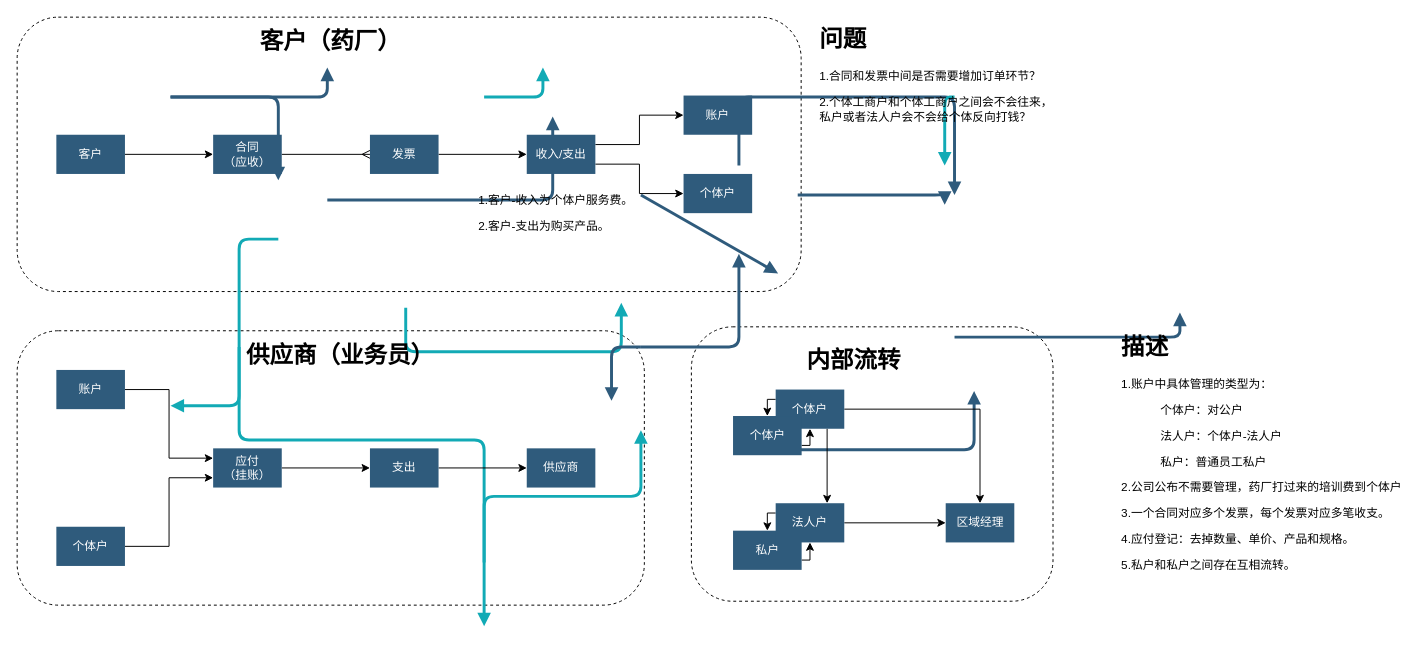
Above: 台账系统.drawio in xiaoming728/draw (draw.io), before the change. Source tidied: cells renumbered, new cells numbered last; positions are measured from the earlier drawing's top-left corner, leaving out a move shared by most shapes. Both pictures are drawn from the tidied source at 98%, with x=0, y=0 at pixel (17, 17).
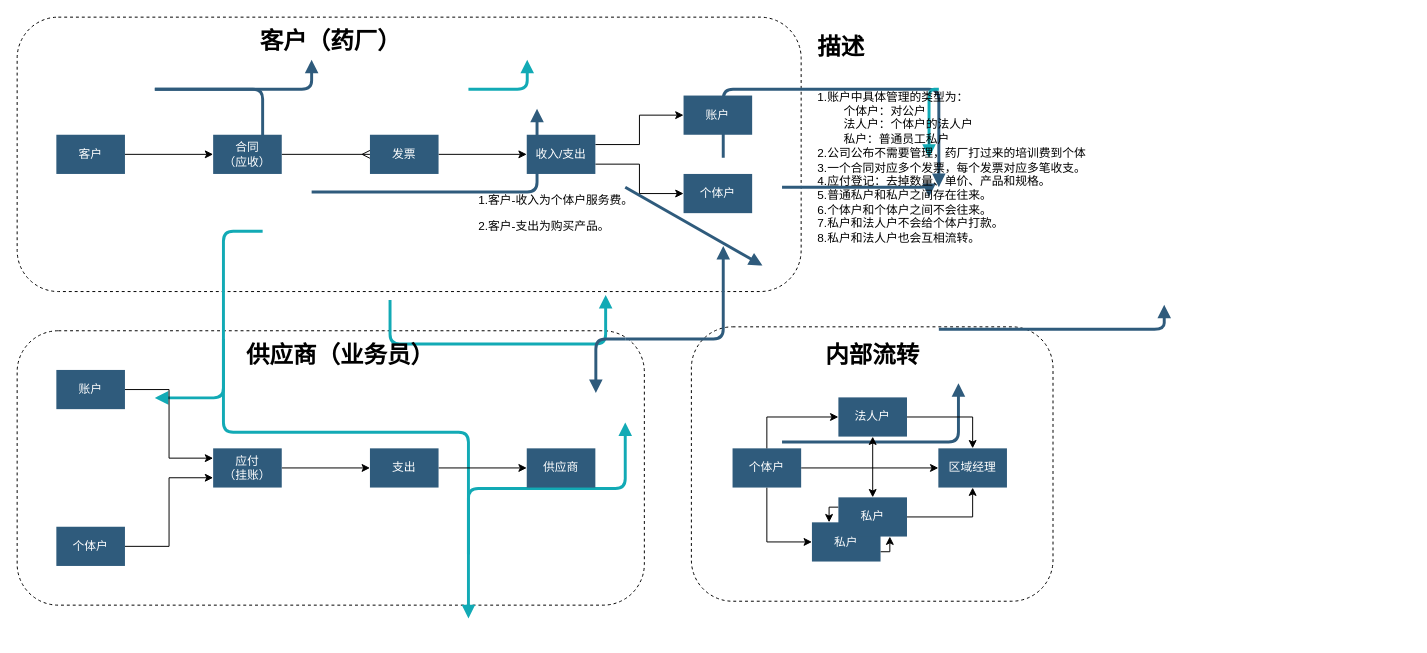
Above is the later version.

Commit message:
更新台账系统.drawio

The edit, as a diff of the source:
```diff
@@
     <mxCell id="5" style="edgeStyle=segmentEdgeStyle;strokeColor=#2F5B7C;strokeWidth=3;html=1;endArrow=block;endFill=1;" parent="1" edge="1">
       <mxGeometry x="164.5" y="178.5" as="geometry">
-        <mxPoint x="156.5" y="81.5" as="sourcePoint" />
-        <mxPoint x="316.5" y="51.5" as="targetPoint" />
+        <mxPoint x="140.5" y="73.5" as="sourcePoint" />
+        <mxPoint x="300.5" y="43.5" as="targetPoint" />
       </mxGeometry>
     </mxCell>
     <mxCell id="6" style="edgeStyle=segmentEdgeStyle;strokeColor=#12AAB5;strokeWidth=3;html=1;endArrow=block;endFill=1;" parent="1" edge="1">
       <mxGeometry x="164.5" y="433.5" as="geometry">
-        <mxPoint x="266.5" y="226.5" as="sourcePoint" />
-        <mxPoint x="156.5" y="396.5" as="targetPoint" />
+        <mxPoint x="250.5" y="218.5" as="sourcePoint" />
+        <mxPoint x="140.5" y="388.5" as="targetPoint" />
         <Array as="points">
-          <mxPoint x="226.5" y="396.5" />
+          <mxPoint x="210.5" y="388.5" />
         </Array>
       </mxGeometry>
     </mxCell>
     <mxCell id="7" style="edgeStyle=segmentEdgeStyle;strokeColor=#2F5B7C;strokeWidth=3;html=1;endArrow=block;endFill=1;" parent="1" edge="1">
       <mxGeometry x="164.5" y="178.5" as="geometry">
-        <mxPoint x="156.5" y="81.5" as="sourcePoint" />
-        <mxPoint x="266.5" y="166.5" as="targetPoint" />
+        <mxPoint x="140.5" y="73.5" as="sourcePoint" />
+        <mxPoint x="250.5" y="158.5" as="targetPoint" />
       </mxGeometry>
     </mxCell>
     <mxCell id="8" style="edgeStyle=segmentEdgeStyle;strokeColor=#12AAB5;strokeWidth=3;html=1;endArrow=block;endFill=1;" parent="1" edge="1">
       <mxGeometry x="234.5" y="433.5" as="geometry">
-        <mxPoint x="226.5" y="336.5" as="sourcePoint" />
-        <mxPoint x="476.5" y="621.5" as="targetPoint" />
+        <mxPoint x="210.5" y="328.5" as="sourcePoint" />
+        <mxPoint x="460.5" y="613.5" as="targetPoint" />
         <Array as="points">
-          <mxPoint x="226.5" y="431.5" />
+          <mxPoint x="210.5" y="423.5" />
         </Array>
       </mxGeometry>
     </mxCell>
     <mxCell id="9" style="edgeStyle=elbowEdgeStyle;elbow=vertical;strokeColor=#12AAB5;strokeWidth=3;html=1;endArrow=block;endFill=1;" parent="1" edge="1">
       <mxGeometry x="484.5" y="623.5" as="geometry">
-        <mxPoint x="476.5" y="556.4" as="sourcePoint" />
-        <mxPoint x="636.5" y="421.5" as="targetPoint" />
+        <mxPoint x="460.5" y="548.4" as="sourcePoint" />
+        <mxPoint x="620.5" y="413.5" as="targetPoint" />
       </mxGeometry>
     </mxCell>
     <mxCell id="10" style="edgeStyle=segmentEdgeStyle;strokeColor=#2F5B7C;strokeWidth=3;html=1;endArrow=block;endFill=1;" parent="1" edge="1">
       <mxGeometry x="324.5" y="283.5" as="geometry">
-        <mxPoint x="316.5" y="186.5" as="sourcePoint" />
-        <mxPoint x="546.5" y="101.5" as="targetPoint" />
+        <mxPoint x="300.5" y="178.5" as="sourcePoint" />
+        <mxPoint x="530.5" y="93.5" as="targetPoint" />
       </mxGeometry>
     </mxCell>
     <mxCell id="11" style="edgeStyle=segmentEdgeStyle;strokeColor=#12AAB5;strokeWidth=3;html=1;endArrow=block;endFill=1;" parent="1" edge="1">
       <mxGeometry x="484.5" y="178.5" as="geometry">
-        <mxPoint x="476.5" y="81.5" as="sourcePoint" />
-        <mxPoint x="536.5" y="51.5" as="targetPoint" />
+        <mxPoint x="460.5" y="73.5" as="sourcePoint" />
+        <mxPoint x="520.5" y="43.5" as="targetPoint" />
       </mxGeometry>
     </mxCell>
     <mxCell id="12" style="edgeStyle=none;strokeColor=#2F5B7C;strokeWidth=3;html=1;endArrow=block;endFill=1;" parent="1" edge="1">
       <mxGeometry x="644.5" y="278.5" as="geometry">
-        <mxPoint x="636.5" y="181.5" as="sourcePoint" />
-        <mxPoint x="776.5" y="261.5" as="targetPoint" />
+        <mxPoint x="620.5" y="173.5" as="sourcePoint" />
+        <mxPoint x="760.5" y="253.5" as="targetPoint" />
       </mxGeometry>
     </mxCell>
     <mxCell id="13" style="edgeStyle=segmentEdgeStyle;strokeColor=#12AAB5;strokeWidth=3;html=1;endArrow=block;endFill=1;" parent="1" edge="1">
       <mxGeometry x="404.5" y="393.5" as="geometry">
-        <mxPoint x="396.5" y="296.5" as="sourcePoint" />
-        <mxPoint x="616.5" y="291.5" as="targetPoint" />
+        <mxPoint x="380.5" y="288.5" as="sourcePoint" />
+        <mxPoint x="600.5" y="283.5" as="targetPoint" />
         <Array as="points">
-          <mxPoint x="396.5" y="341.5" />
+          <mxPoint x="380.5" y="333.5" />
         </Array>
       </mxGeometry>
     </mxCell>
     <mxCell id="14" style="edgeStyle=segmentEdgeStyle;strokeColor=#2F5B7C;strokeWidth=3;html=1;endArrow=block;endFill=1;" parent="1" edge="1">
       <mxGeometry x="644.5" y="308.5" as="geometry">
-        <mxPoint x="636.5" y="336.5" as="sourcePoint" />
-        <mxPoint x="736.5" y="241.5" as="targetPoint" />
+        <mxPoint x="620.5" y="328.5" as="sourcePoint" />
+        <mxPoint x="720.5" y="233.5" as="targetPoint" />
       </mxGeometry>
     </mxCell>
     <mxCell id="15" style="edgeStyle=segmentEdgeStyle;strokeColor=#2F5B7C;strokeWidth=3;html=1;endArrow=block;endFill=1;" parent="1" edge="1">
       <mxGeometry x="644.5" y="433.5" as="geometry">
-        <mxPoint x="636.5" y="336.5" as="sourcePoint" />
-        <mxPoint x="606.5" y="391.5" as="targetPoint" />
+        <mxPoint x="620.5" y="328.5" as="sourcePoint" />
+        <mxPoint x="590.5" y="383.5" as="targetPoint" />
       </mxGeometry>
     </mxCell>
     <mxCell id="16" style="edgeStyle=segmentEdgeStyle;strokeColor=#2F5B7C;strokeWidth=3;html=1;endArrow=block;endFill=1;" parent="1" edge="1">
       <mxGeometry x="744.5" y="178.5" as="geometry">
-        <mxPoint x="736.5" y="151.5" as="sourcePoint" />
-        <mxPoint x="956.5" y="181.5" as="targetPoint" />
+        <mxPoint x="720.5" y="143.5" as="sourcePoint" />
+        <mxPoint x="940.5" y="173.5" as="targetPoint" />
         <Array as="points">
-          <mxPoint x="736.5" y="81.5" />
+          <mxPoint x="720.5" y="73.5" />
         </Array>
       </mxGeometry>
     </mxCell>
     <mxCell id="17" style="edgeStyle=segmentEdgeStyle;strokeColor=#2F5B7C;strokeWidth=3;html=1;endArrow=block;endFill=1;" parent="1" edge="1">
       <mxGeometry x="804.5" y="278.5" as="geometry">
-        <mxPoint x="796.5" y="181.5" as="sourcePoint" />
-        <mxPoint x="946.5" y="191.5" as="targetPoint" />
+        <mxPoint x="780.5" y="173.5" as="sourcePoint" />
+        <mxPoint x="930.5" y="183.5" as="targetPoint" />
       </mxGeometry>
     </mxCell>
     <mxCell id="18" style="edgeStyle=segmentEdgeStyle;strokeColor=#2F5B7C;strokeWidth=3;html=1;endArrow=block;endFill=1;" parent="1" edge="1">
       <mxGeometry x="804.5" y="538.5" as="geometry">
-        <mxPoint x="796.5" y="441.5" as="sourcePoint" />
-        <mxPoint x="976.5" y="381.5" as="targetPoint" />
+        <mxPoint x="780.5" y="433.5" as="sourcePoint" />
+        <mxPoint x="960.5" y="373.5" as="targetPoint" />
       </mxGeometry>
     </mxCell>
     <mxCell id="19" style="edgeStyle=segmentEdgeStyle;strokeColor=#2F5B7C;strokeWidth=3;html=1;endArrow=block;endFill=1;" parent="1" edge="1">
       <mxGeometry x="964.5" y="423.5" as="geometry">
-        <mxPoint x="956.5" y="326.5" as="sourcePoint" />
-        <mxPoint x="1186.5" y="301.5" as="targetPoint" />
+        <mxPoint x="940.5" y="318.5" as="sourcePoint" />
+        <mxPoint x="1170.5" y="293.5" as="targetPoint" />
       </mxGeometry>
     </mxCell>
     <mxCell id="20" style="edgeStyle=segmentEdgeStyle;strokeColor=#12AAB5;strokeWidth=3;html=1;endArrow=block;endFill=1;" parent="1" edge="1">
       <mxGeometry x="964.5" y="178.5" as="geometry">
-        <mxPoint x="956.5" y="81.5" as="sourcePoint" />
-        <mxPoint x="946.5" y="151.5" as="targetPoint" />
+        <mxPoint x="940.5" y="73.5" as="sourcePoint" />
+        <mxPoint x="930.5" y="143.5" as="targetPoint" />
       </mxGeometry>
     </mxCell>
@@
-    <mxCell id="44" value="&lt;h1 style=&quot;margin-top: 0px;&quot;&gt;问题&lt;/h1&gt;&lt;p&gt;1.合同和发票中间是否需要增加订单环节？&lt;/p&gt;&lt;p&gt;2.个体工商户和个体工商户之间会不会往来，私户或者法人户会不会给个体反向打钱？&lt;/p&gt;" style="text;html=1;whiteSpace=wrap;overflow=hidden;rounded=0;" parent="1" vertex="1">
-      <mxGeometry x="817" y="2" width="245" height="280" as="geometry" />
-    </mxCell>
     <mxCell id="45" value="内部流转" style="text;html=1;align=center;verticalAlign=middle;whiteSpace=wrap;rounded=0;fontStyle=1;fontSize=24;" parent="1" vertex="1">
-      <mxGeometry x="733.5" y="336" width="240" height="30" as="geometry" />
+      <mxGeometry x="752.5" y="330" width="240" height="30" as="geometry" />
     </mxCell>
-    <mxCell id="46" style="edgeStyle=orthogonalEdgeStyle;rounded=0;jettySize=auto;html=1;exitX=1;exitY=0.5;exitDx=0;exitDy=0;entryX=0.5;entryY=0;entryDx=0;entryDy=0;" parent="1" edge="1" source="49" target="55">
+    <mxCell id="46" style="edgeStyle=orthogonalEdgeStyle;rounded=0;jettySize=auto;html=1;exitX=1;exitY=0.5;exitDx=0;exitDy=0;entryX=0.5;entryY=0;entryDx=0;entryDy=0;" parent="1" edge="1" source="63" target="55">
       <mxGeometry relative="1" as="geometry" />
     </mxCell>
-    <mxCell id="47" style="edgeStyle=orthogonalEdgeStyle;rounded=0;jettySize=auto;html=1;exitX=0;exitY=0.25;exitDx=0;exitDy=0;entryX=0.5;entryY=0;entryDx=0;entryDy=0;" parent="1" edge="1" source="49" target="57">
-      <mxGeometry relative="1" as="geometry" />
-    </mxCell>
-    <mxCell id="48" style="edgeStyle=orthogonalEdgeStyle;rounded=0;jettySize=auto;html=1;exitX=0.75;exitY=1;exitDx=0;exitDy=0;entryX=0.75;entryY=0;entryDx=0;entryDy=0;" parent="1" edge="1" source="49" target="54">
-      <mxGeometry relative="1" as="geometry" />
-    </mxCell>
+    <mxCell id="59" style="edgeStyle=orthogonalEdgeStyle;rounded=0;jettySize=auto;html=1;exitX=0.5;exitY=1;exitDx=0;exitDy=0;entryX=0;entryY=0.5;entryDx=0;entryDy=0;" parent="1" edge="1" source="49" target="51">
+      <mxGeometry relative="1" as="geometry">
+        <Array as="points">
+          <mxPoint x="765" y="536" />
+        </Array>
+      </mxGeometry>
+    </mxCell>
+    <mxCell id="60" style="edgeStyle=orthogonalEdgeStyle;rounded=0;jettySize=auto;html=1;exitX=1;exitY=0.5;exitDx=0;exitDy=0;entryX=0;entryY=0.5;entryDx=0;entryDy=0;" parent="1" edge="1" source="49" target="55">
+      <mxGeometry relative="1" as="geometry" />
+    </mxCell>
     <mxCell id="49" value="个体户" style="whiteSpace=wrap;fillColor=#2f5b7c;strokeColor=none;shadow=0;fontColor=#FFFFFF;fontFamily=Helvetica;fontStyle=0;html=1;fontSize=12;spacing=6;verticalAlign=middle;" parent="1" vertex="1">
-      <mxGeometry x="774" y="380" width="70" height="40" as="geometry" />
+      <mxGeometry x="730" y="440" width="70" height="40" as="geometry" />
     </mxCell>
-    <mxCell id="50" style="edgeStyle=orthogonalEdgeStyle;rounded=0;jettySize=auto;html=1;exitX=1;exitY=0.75;exitDx=0;exitDy=0;entryX=0.5;entryY=1;entryDx=0;entryDy=0;" parent="1" edge="1" source="51" target="54">
+    <mxCell id="50" style="edgeStyle=orthogonalEdgeStyle;rounded=0;jettySize=auto;html=1;exitX=1;exitY=0.75;exitDx=0;exitDy=0;entryX=0.75;entryY=1;entryDx=0;entryDy=0;" parent="1" edge="1" source="51" target="54">
       <mxGeometry relative="1" as="geometry" />
     </mxCell>
     <mxCell id="51" value="私户" style="whiteSpace=wrap;fillColor=#2f5b7c;strokeColor=none;shadow=0;fontColor=#FFFFFF;fontFamily=Helvetica;fontStyle=0;html=1;fontSize=12;spacing=6;verticalAlign=middle;" parent="1" vertex="1">
-      <mxGeometry x="730.5" y="524" width="70" height="40" as="geometry" />
+      <mxGeometry x="811" y="515.5" width="70" height="40" as="geometry" />
     </mxCell>
-    <mxCell id="52" style="edgeStyle=orthogonalEdgeStyle;rounded=0;jettySize=auto;html=1;exitX=1;exitY=0.5;exitDx=0;exitDy=0;entryX=0;entryY=0.5;entryDx=0;entryDy=0;" parent="1" edge="1" source="54" target="55">
+    <mxCell id="52" style="edgeStyle=orthogonalEdgeStyle;rounded=0;jettySize=auto;html=1;exitX=1;exitY=0.5;exitDx=0;exitDy=0;entryX=0.5;entryY=1;entryDx=0;entryDy=0;" parent="1" edge="1" source="54" target="55">
       <mxGeometry relative="1" as="geometry" />
     </mxCell>
-    <mxCell id="53" style="edgeStyle=orthogonalEdgeStyle;rounded=0;jettySize=auto;html=1;exitX=0;exitY=0.25;exitDx=0;exitDy=0;entryX=0.5;entryY=0;entryDx=0;entryDy=0;" parent="1" edge="1" source="54" target="51">
+    <mxCell id="53" style="edgeStyle=orthogonalEdgeStyle;rounded=0;jettySize=auto;html=1;exitX=0;exitY=0.25;exitDx=0;exitDy=0;entryX=0.25;entryY=0;entryDx=0;entryDy=0;" parent="1" edge="1" source="54" target="51">
       <mxGeometry relative="1" as="geometry" />
     </mxCell>
+    <mxCell id="61" style="edgeStyle=orthogonalEdgeStyle;rounded=0;jettySize=auto;html=1;exitX=0.5;exitY=0;exitDx=0;exitDy=0;entryX=0.5;entryY=1;entryDx=0;entryDy=0;fontFamily=Helvetica;fontSize=12;fontColor=default;startArrow=classic;startFill=1;" parent="1" edge="1" source="54" target="63">
+      <mxGeometry relative="1" as="geometry" />
+    </mxCell>
-    <mxCell id="54" value="法人户" style="whiteSpace=wrap;fillColor=#2f5b7c;strokeColor=none;shadow=0;fontColor=#FFFFFF;fontFamily=Helvetica;fontStyle=0;html=1;fontSize=12;spacing=6;verticalAlign=middle;" parent="1" vertex="1">
-      <mxGeometry x="774" y="496" width="70" height="40" as="geometry" />
+    <mxCell id="54" value="私户" style="whiteSpace=wrap;fillColor=#2f5b7c;strokeColor=none;shadow=0;fontColor=#FFFFFF;fontFamily=Helvetica;fontStyle=0;html=1;fontSize=12;spacing=6;verticalAlign=middle;" parent="1" vertex="1">
+      <mxGeometry x="838" y="490" width="70" height="40" as="geometry" />
     </mxCell>
     <mxCell id="55" value="区域经理" style="whiteSpace=wrap;fillColor=#2f5b7c;strokeColor=none;shadow=0;fontColor=#FFFFFF;fontFamily=Helvetica;fontStyle=0;html=1;fontSize=12;spacing=6;verticalAlign=middle;" parent="1" vertex="1">
-      <mxGeometry x="947.5" y="496" width="70" height="40" as="geometry" />
+      <mxGeometry x="940" y="440" width="70" height="40" as="geometry" />
     </mxCell>
-    <mxCell id="56" style="edgeStyle=orthogonalEdgeStyle;rounded=0;jettySize=auto;html=1;exitX=1;exitY=0.75;exitDx=0;exitDy=0;entryX=0.5;entryY=1;entryDx=0;entryDy=0;" parent="1" edge="1" source="57" target="49">
-      <mxGeometry relative="1" as="geometry" />
-    </mxCell>
-    <mxCell id="57" value="个体户" style="whiteSpace=wrap;fillColor=#2f5b7c;strokeColor=none;shadow=0;fontColor=#FFFFFF;fontFamily=Helvetica;fontStyle=0;html=1;fontSize=12;spacing=6;verticalAlign=middle;" parent="1" vertex="1">
-      <mxGeometry x="730.5" y="407" width="70" height="40" as="geometry" />
-    </mxCell>
-    <mxCell id="58" value="&lt;h1 style=&quot;margin-top: 0px;&quot;&gt;描述&lt;/h1&gt;&lt;p&gt;1.账户中具体管理的类型为：&lt;/p&gt;&lt;blockquote style=&quot;margin: 0 0 0 40px; border: none; padding: 0px;&quot;&gt;&lt;p&gt;个体户：对公户&lt;/p&gt;&lt;p&gt;&lt;span style=&quot;background-color: initial;&quot;&gt;法人户：个体户-法人户&lt;/span&gt;&lt;/p&gt;&lt;p&gt;&lt;span style=&quot;background-color: initial;&quot;&gt;私户：普通员工私户&lt;/span&gt;&lt;/p&gt;&lt;/blockquote&gt;&lt;p&gt;2.公司公布不需要管理，药厂打过来的培训费到个体户&lt;/p&gt;&lt;p&gt;3.一个合同对应多个发票，每个发票对应多笔收支。&lt;/p&gt;&lt;p&gt;4.应付登记：去掉数量、单价、产品和规格。&lt;/p&gt;&lt;p&gt;5.私户和私户之间存在互相流转。&lt;/p&gt;&lt;div&gt;&lt;br&gt;&lt;/div&gt;" style="text;html=1;whiteSpace=wrap;overflow=hidden;rounded=0;" parent="1" vertex="1">
-      <mxGeometry x="1125" y="316" width="296" height="280" as="geometry" />
+    <mxCell id="58" value="&lt;b&gt;&lt;font style=&quot;font-size: 24px;&quot;&gt;描述&lt;/font&gt;&lt;/b&gt;&lt;div&gt;&lt;span style=&quot;font-size: 24px;&quot;&gt;&lt;b&gt;&lt;br&gt;&lt;/b&gt;&lt;/span&gt;1.账户中具体管理的类型为：&lt;br&gt;&lt;span style=&quot;white-space: pre;&quot;&gt;&#9;&lt;/span&gt;个体户：对公户&lt;br&gt;&lt;span style=&quot;white-space: pre;&quot;&gt;&#9;&lt;/span&gt;法人户：个体户的法人户&lt;br&gt;&lt;span style=&quot;white-space: pre;&quot;&gt;&#9;&lt;/span&gt;私户：普通员工私户&lt;br&gt;2.公司公布不需要管理，药厂打过来的培训费到个体&lt;br&gt;3.一个合同对应多个发票，每个发票对应多笔收支。&lt;br&gt;4.应付登记：去掉数量、单价、产品和规格。&lt;br&gt;5.普通私户和私户之间存在往来。&lt;br&gt;6.个体户和个体户之间不会往来。&lt;br&gt;7.私户和法人户不会给个体户打款。&lt;br&gt;8.私户和法人户也会互相流转。&lt;div&gt;&lt;br&gt;&lt;/div&gt;&lt;/div&gt;" style="text;overflow=hidden;rounded=0;align=left;verticalAlign=top;whiteSpace=wrap;html=1;" parent="1" vertex="1">
+      <mxGeometry x="815" y="10" width="297" height="258" as="geometry" />
     </mxCell>
+    <mxCell id="62" style="edgeStyle=orthogonalEdgeStyle;rounded=0;jettySize=auto;html=1;exitX=0.5;exitY=0;exitDx=0;exitDy=0;entryX=0;entryY=0.5;entryDx=0;entryDy=0;" parent="1" edge="1" source="49" target="63">
+      <mxGeometry relative="1" as="geometry" />
+    </mxCell>
+    <mxCell id="63" value="法人户" style="whiteSpace=wrap;fillColor=#2f5b7c;strokeColor=none;shadow=0;fontColor=#FFFFFF;fontFamily=Helvetica;fontStyle=0;html=1;fontSize=12;spacing=6;verticalAlign=middle;" parent="1" vertex="1">
+      <mxGeometry x="838" y="388" width="70" height="40" as="geometry" />
+    </mxCell>
```
